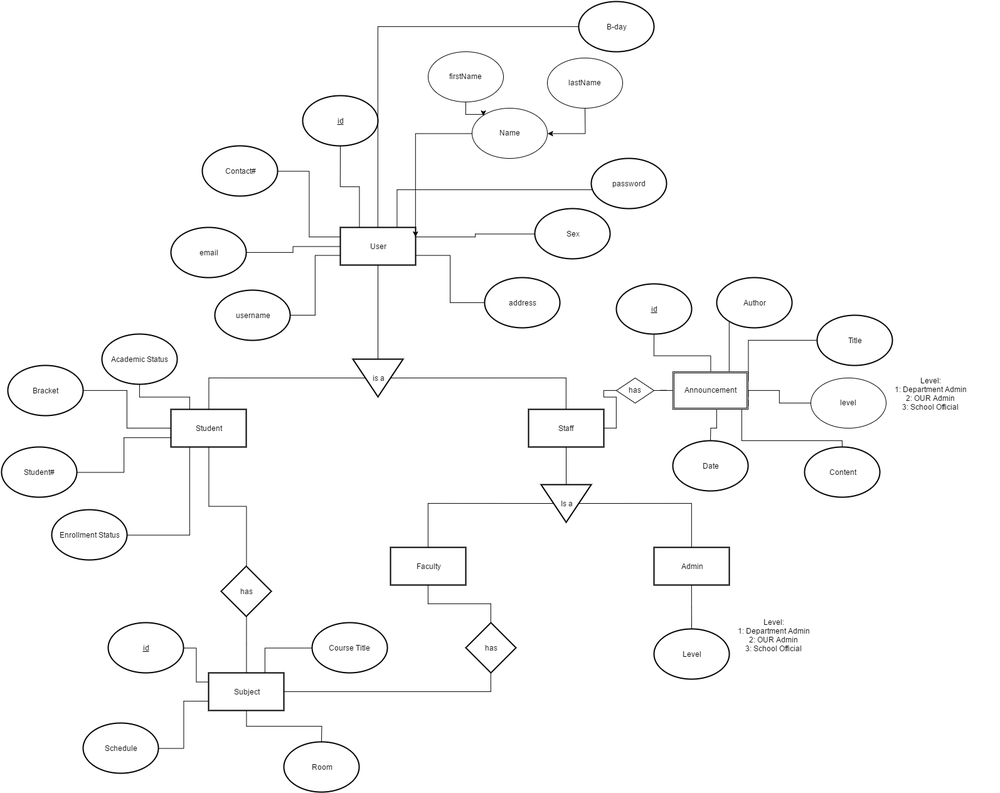
madreloidpx/CS173InterOpCRS keeps this draw.io diagram as Schema.png. Above is the earlier version. Source tidied: cells renumbered, new cells last; positions are measured from the earlier drawing's top-left corner, leaving out a move shared by most shapes.
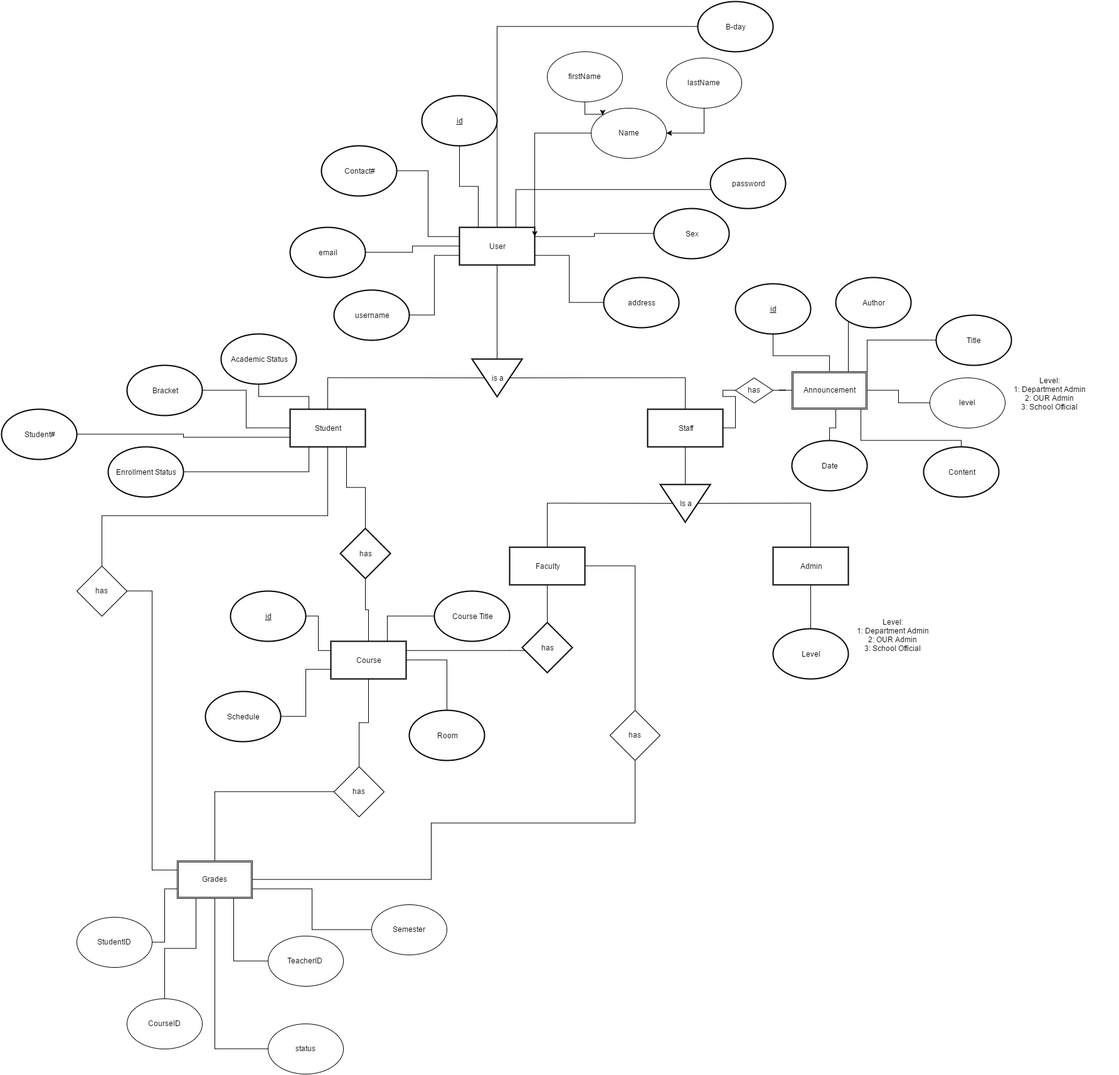
The same file after the commit.

What changed in the source:
```diff
@@ -63,15 +63,20 @@
     <mxCell id="20" style="edgeStyle=orthogonalEdgeStyle;rounded=0;html=1;endArrow=none;endFill=0;jettySize=auto;" parent="1" edge="1" source="2" target="19">
       <mxGeometry relative="1" as="geometry" />
     </mxCell>
+    <mxCell id="80" style="edgeStyle=orthogonalEdgeStyle;rounded=0;html=1;entryX=0.5;entryY=0;endArrow=none;endFill=0;jettySize=auto;" parent="1" edge="1" source="21" target="84">
+      <mxGeometry relative="1" as="geometry">
+        <Array as="points">
+          <mxPoint x="330" y="820" />
+          <mxPoint x="-30" y="820" />
+        </Array>
+      </mxGeometry>
+    </mxCell>
     <mxCell id="21" value="Student" style="whiteSpace=wrap;html=1;shadow=0;strokeWidth=2;fillColor=#ffffff;gradientColor=#ffffff;" parent="1" vertex="1">
       <mxGeometry x="270" y="650" width="120" height="60" as="geometry" />
     </mxCell>
     <mxCell id="22" style="edgeStyle=orthogonalEdgeStyle;rounded=0;html=1;endArrow=none;endFill=0;jettySize=auto;" parent="1" edge="1" source="19" target="21">
       <mxGeometry relative="1" as="geometry" />
     </mxCell>
-    <mxCell id="23" style="edgeStyle=orthogonalEdgeStyle;rounded=0;html=1;entryX=0;entryY=0.5;jettySize=auto;endArrow=none;endFill=0;" parent="1" edge="1" source="24" target="76">
-      <mxGeometry relative="1" as="geometry" />
-    </mxCell>
     <mxCell id="24" value="Staff" style="whiteSpace=wrap;html=1;shadow=0;strokeWidth=2;fillColor=#ffffff;gradientColor=#ffffff;" parent="1" vertex="1">
       <mxGeometry x="840" y="650" width="120" height="60" as="geometry" />
     </mxCell>
@@ -86,13 +91,13 @@
       <mxGeometry x="10" y="580" width="120" height="80" as="geometry" />
     </mxCell>
     <mxCell id="27" value="Student#" style="ellipse;whiteSpace=wrap;html=1;shadow=0;strokeWidth=2;fillColor=#ffffff;gradientColor=#ffffff;" parent="1" vertex="1">
-      <mxGeometry y="710" width="120" height="80" as="geometry" />
+      <mxGeometry x="-190" y="650" width="120" height="80" as="geometry" />
     </mxCell>
     <mxCell id="28" value="Academic Status" style="ellipse;whiteSpace=wrap;html=1;shadow=0;strokeWidth=2;fillColor=#ffffff;gradientColor=#ffffff;" parent="1" vertex="1">
       <mxGeometry x="160" y="530" width="120" height="80" as="geometry" />
     </mxCell>
     <mxCell id="29" value="Enrollment Status" style="ellipse;whiteSpace=wrap;html=1;shadow=0;strokeWidth=2;fillColor=#ffffff;gradientColor=#ffffff;" parent="1" vertex="1">
-      <mxGeometry x="80" y="810" width="120" height="80" as="geometry" />
+      <mxGeometry x="-20" y="710" width="120" height="80" as="geometry" />
     </mxCell>
     <mxCell id="30" style="edgeStyle=orthogonalEdgeStyle;rounded=0;html=1;entryX=0.25;entryY=0;endArrow=none;endFill=0;jettySize=auto;" parent="1" edge="1" source="28" target="21">
       <mxGeometry relative="1" as="geometry" />
@@ -107,16 +112,29 @@
       <mxGeometry relative="1" as="geometry" />
     </mxCell>
     <mxCell id="34" value="has" style="rhombus;whiteSpace=wrap;html=1;shadow=0;strokeWidth=2;fillColor=#ffffff;gradientColor=#ffffff;" parent="1" vertex="1">
-      <mxGeometry x="350" y="900" width="80" height="80" as="geometry" />
+      <mxGeometry x="350" y="840" width="80" height="80" as="geometry" />
     </mxCell>
-    <mxCell id="35" style="edgeStyle=orthogonalEdgeStyle;rounded=0;html=1;entryX=0.5;entryY=0;endArrow=none;endFill=0;jettySize=auto;" parent="1" edge="1" source="21" target="34">
-      <mxGeometry relative="1" as="geometry" />
+    <mxCell id="35" style="edgeStyle=orthogonalEdgeStyle;rounded=0;html=1;entryX=0.5;entryY=0;endArrow=none;endFill=0;jettySize=auto;exitX=0.75;exitY=1;" parent="1" edge="1" source="21" target="34">
+      <mxGeometry relative="1" as="geometry">
+        <Array as="points">
+          <mxPoint x="360" y="775" />
+          <mxPoint x="390" y="775" />
+        </Array>
+      </mxGeometry>
     </mxCell>
+    <mxCell id="81" style="edgeStyle=orthogonalEdgeStyle;rounded=0;html=1;entryX=0.5;entryY=0;endArrow=none;endFill=0;jettySize=auto;" parent="1" edge="1" source="36" target="88">
+      <mxGeometry relative="1" as="geometry" />
+    </mxCell>
-    <mxCell id="36" value="Subject" style="whiteSpace=wrap;html=1;shadow=0;strokeWidth=2;fillColor=#ffffff;gradientColor=#ffffff;" parent="1" vertex="1">
-      <mxGeometry x="330" y="1070" width="120" height="60" as="geometry" />
+    <mxCell id="36" value="Course" style="whiteSpace=wrap;html=1;shadow=0;strokeWidth=2;fillColor=#ffffff;gradientColor=#ffffff;" parent="1" vertex="1">
+      <mxGeometry x="335" y="1020" width="120" height="60" as="geometry" />
     </mxCell>
-    <mxCell id="37" style="edgeStyle=orthogonalEdgeStyle;rounded=0;html=1;entryX=0.5;entryY=0;endArrow=none;endFill=0;jettySize=auto;" parent="1" edge="1" source="34" target="36">
-      <mxGeometry relative="1" as="geometry" />
+    <mxCell id="37" style="edgeStyle=orthogonalEdgeStyle;rounded=0;html=1;entryX=0.5;entryY=0;endArrow=none;endFill=0;jettySize=auto;exitX=0.5;exitY=1;" parent="1" edge="1" source="34" target="36">
+      <mxGeometry relative="1" as="geometry">
+        <Array as="points">
+          <mxPoint x="390" y="970" />
+          <mxPoint x="395" y="970" />
+        </Array>
+      </mxGeometry>
     </mxCell>
     <mxCell id="38" value="Is a" style="triangle;whiteSpace=wrap;html=1;shadow=0;strokeWidth=2;fillColor=#ffffff;gradientColor=#ffffff;rotation=90;horizontal=0;" parent="1" vertex="1">
       <mxGeometry x="870" y="760" width="60" height="80" as="geometry" />
@@ -124,6 +142,9 @@
     <mxCell id="39" style="edgeStyle=orthogonalEdgeStyle;rounded=0;html=1;endArrow=none;endFill=0;jettySize=auto;" parent="1" edge="1" source="24" target="38">
       <mxGeometry relative="1" as="geometry" />
     </mxCell>
+    <mxCell id="82" style="edgeStyle=orthogonalEdgeStyle;rounded=0;html=1;entryX=0.5;entryY=0;endArrow=none;endFill=0;jettySize=auto;" parent="1" edge="1" source="40" target="86">
+      <mxGeometry relative="1" as="geometry" />
+    </mxCell>
     <mxCell id="40" value="Faculty" style="whiteSpace=wrap;html=1;shadow=0;strokeWidth=2;fillColor=#ffffff;gradientColor=#ffffff;" parent="1" vertex="1">
       <mxGeometry x="620" y="870" width="120" height="60" as="geometry" />
     </mxCell>
@@ -192,16 +213,16 @@
       </mxGeometry>
     </mxCell>
     <mxCell id="54" value="&lt;u&gt;id&lt;/u&gt;" style="ellipse;whiteSpace=wrap;html=1;shadow=0;strokeWidth=2;fillColor=#ffffff;gradientColor=#ffffff;" parent="1" vertex="1">
-      <mxGeometry x="170" y="990" width="120" height="80" as="geometry" />
+      <mxGeometry x="175" y="940" width="120" height="80" as="geometry" />
     </mxCell>
     <mxCell id="55" value="Schedule" style="ellipse;whiteSpace=wrap;html=1;shadow=0;strokeWidth=2;fillColor=#ffffff;gradientColor=#ffffff;" parent="1" vertex="1">
-      <mxGeometry x="130" y="1150" width="120" height="80" as="geometry" />
+      <mxGeometry x="135" y="1100" width="120" height="80" as="geometry" />
     </mxCell>
     <mxCell id="56" value="Course Title" style="ellipse;whiteSpace=wrap;html=1;shadow=0;strokeWidth=2;fillColor=#ffffff;gradientColor=#ffffff;" parent="1" vertex="1">
-      <mxGeometry x="495" y="990" width="120" height="80" as="geometry" />
+      <mxGeometry x="500" y="940" width="120" height="80" as="geometry" />
     </mxCell>
     <mxCell id="57" value="Room" style="ellipse;whiteSpace=wrap;html=1;shadow=0;strokeWidth=2;fillColor=#ffffff;gradientColor=#ffffff;" parent="1" vertex="1">
-      <mxGeometry x="450" y="1180" width="120" height="80" as="geometry" />
+      <mxGeometry x="460" y="1130" width="120" height="80" as="geometry" />
     </mxCell>
     <mxCell id="58" style="edgeStyle=orthogonalEdgeStyle;rounded=0;html=1;entryX=0;entryY=0.25;endArrow=none;endFill=0;jettySize=auto;" parent="1" edge="1" source="54" target="36">
       <mxGeometry relative="1" as="geometry" />
@@ -209,22 +230,27 @@
     <mxCell id="59" style="edgeStyle=orthogonalEdgeStyle;rounded=0;html=1;entryX=0;entryY=0.75;endArrow=none;endFill=0;jettySize=auto;" parent="1" edge="1" source="55" target="36">
       <mxGeometry relative="1" as="geometry" />
     </mxCell>
-    <mxCell id="60" style="edgeStyle=orthogonalEdgeStyle;rounded=0;html=1;endArrow=none;endFill=0;jettySize=auto;" parent="1" edge="1" source="57" target="36">
-      <mxGeometry relative="1" as="geometry" />
+    <mxCell id="60" style="edgeStyle=orthogonalEdgeStyle;rounded=0;html=1;endArrow=none;endFill=0;jettySize=auto;entryX=1;entryY=0.5;" parent="1" edge="1" source="57" target="36">
+      <mxGeometry relative="1" as="geometry">
+        <Array as="points">
+          <mxPoint x="520" y="1050" />
+        </Array>
+      </mxGeometry>
     </mxCell>
     <mxCell id="61" style="edgeStyle=orthogonalEdgeStyle;rounded=0;html=1;entryX=0.75;entryY=0;endArrow=none;endFill=0;jettySize=auto;" parent="1" edge="1" source="56" target="36">
       <mxGeometry relative="1" as="geometry" />
     </mxCell>
     <mxCell id="62" value="has" style="rhombus;whiteSpace=wrap;html=1;shadow=0;strokeWidth=2;fillColor=#ffffff;gradientColor=#ffffff;" parent="1" vertex="1">
-      <mxGeometry x="740" y="990" width="80" height="80" as="geometry" />
+      <mxGeometry x="640" y="990" width="80" height="80" as="geometry" />
     </mxCell>
     <mxCell id="63" style="edgeStyle=orthogonalEdgeStyle;rounded=0;html=1;entryX=0.5;entryY=0;endArrow=none;endFill=0;jettySize=auto;" parent="1" edge="1" source="40" target="62">
       <mxGeometry relative="1" as="geometry" />
     </mxCell>
-    <mxCell id="64" style="edgeStyle=orthogonalEdgeStyle;rounded=0;html=1;endArrow=none;endFill=0;jettySize=auto;" parent="1" edge="1" source="62" target="36">
+    <mxCell id="64" style="edgeStyle=orthogonalEdgeStyle;rounded=0;html=1;endArrow=none;endFill=0;jettySize=auto;entryX=1;entryY=0.25;" parent="1" edge="1" source="62" target="36">
       <mxGeometry relative="1" as="geometry">
         <Array as="points">
-          <mxPoint x="780" y="1100" />
+          <mxPoint x="620" y="1035" />
+          <mxPoint x="620" y="1035" />
         </Array>
       </mxGeometry>
     </mxCell>
@@ -237,6 +263,9 @@
     <mxCell id="67" value="Level:&lt;div&gt;1: Department Admin&lt;/div&gt;&lt;div&gt;2: OUR Admin&lt;/div&gt;&lt;div&gt;3: School Official&lt;/div&gt;" style="text;html=1;strokeColor=none;fillColor=none;align=center;verticalAlign=middle;whiteSpace=wrap;shadow=0;" parent="1" vertex="1">
       <mxGeometry x="1120" y="1000" width="220" height="20" as="geometry" />
     </mxCell>
+    <mxCell id="69" value="Name" style="ellipse;whiteSpace=wrap;html=1;" parent="1" vertex="1">
+      <mxGeometry x="750" y="170" width="120" height="80" as="geometry" />
+    </mxCell>
     <mxCell id="68" style="edgeStyle=orthogonalEdgeStyle;rounded=0;html=1;entryX=1;entryY=0.25;jettySize=auto;" parent="1" edge="1" source="69" target="2">
       <mxGeometry relative="1" as="geometry">
         <Array as="points">
@@ -244,38 +273,95 @@
         </Array>
       </mxGeometry>
     </mxCell>
-    <mxCell id="69" value="Name" style="ellipse;whiteSpace=wrap;html=1;" parent="1" vertex="1">
-      <mxGeometry x="750" y="170" width="120" height="80" as="geometry" />
-    </mxCell>
+    <mxCell id="71" value="firstName" style="ellipse;whiteSpace=wrap;html=1;" parent="1" vertex="1">
+      <mxGeometry x="680" y="80" width="120" height="80" as="geometry" />
+    </mxCell>
     <mxCell id="70" style="edgeStyle=orthogonalEdgeStyle;rounded=0;html=1;entryX=0;entryY=0;jettySize=auto;" parent="1" edge="1" source="71" target="69">
       <mxGeometry relative="1" as="geometry" />
     </mxCell>
-    <mxCell id="71" value="firstName" style="ellipse;whiteSpace=wrap;html=1;" parent="1" vertex="1">
-      <mxGeometry x="680" y="80" width="120" height="80" as="geometry" />
-    </mxCell>
+    <mxCell id="73" value="lastName" style="ellipse;whiteSpace=wrap;html=1;" parent="1" vertex="1">
+      <mxGeometry x="870" y="90" width="120" height="80" as="geometry" />
+    </mxCell>
     <mxCell id="72" style="edgeStyle=orthogonalEdgeStyle;rounded=0;html=1;entryX=1;entryY=0.5;jettySize=auto;" parent="1" edge="1" source="73" target="69">
       <mxGeometry relative="1" as="geometry" />
     </mxCell>
-    <mxCell id="73" value="lastName" style="ellipse;whiteSpace=wrap;html=1;" parent="1" vertex="1">
-      <mxGeometry x="870" y="90" width="120" height="80" as="geometry" />
-    </mxCell>
     <mxCell id="74" value="Announcement" style="shape=ext;double=1;whiteSpace=wrap;html=1;direction=west;" parent="1" vertex="1">
       <mxGeometry x="1070" y="590" width="120" height="60" as="geometry" />
     </mxCell>
+    <mxCell id="76" value="has" style="rhombus;whiteSpace=wrap;html=1;" parent="1" vertex="1">
+      <mxGeometry x="980" y="600" width="60" height="40" as="geometry" />
+    </mxCell>
+    <mxCell id="23" style="edgeStyle=orthogonalEdgeStyle;rounded=0;html=1;entryX=0;entryY=0.5;jettySize=auto;endArrow=none;endFill=0;" parent="1" edge="1" source="24" target="76">
+      <mxGeometry relative="1" as="geometry" />
+    </mxCell>
     <mxCell id="75" style="edgeStyle=orthogonalEdgeStyle;rounded=0;html=1;jettySize=auto;endArrow=none;endFill=0;" parent="1" edge="1" source="76" target="74">
       <mxGeometry relative="1" as="geometry" />
     </mxCell>
-    <mxCell id="76" value="has" style="rhombus;whiteSpace=wrap;html=1;" parent="1" vertex="1">
-      <mxGeometry x="980" y="600" width="60" height="40" as="geometry" />
-    </mxCell>
+    <mxCell id="78" value="level" style="ellipse;whiteSpace=wrap;html=1;" parent="1" vertex="1">
+      <mxGeometry x="1290" y="600" width="120" height="80" as="geometry" />
+    </mxCell>
     <mxCell id="77" style="edgeStyle=orthogonalEdgeStyle;rounded=0;html=1;endArrow=none;endFill=0;jettySize=auto;" parent="1" edge="1" source="78" target="74">
       <mxGeometry relative="1" as="geometry" />
     </mxCell>
-    <mxCell id="78" value="level" style="ellipse;whiteSpace=wrap;html=1;" parent="1" vertex="1">
-      <mxGeometry x="1290" y="600" width="120" height="80" as="geometry" />
-    </mxCell>
     <mxCell id="79" value="Level:&lt;div&gt;1: Department Admin&lt;/div&gt;&lt;div&gt;2: OUR Admin&lt;/div&gt;&lt;div&gt;3: School Official&lt;/div&gt;" style="text;html=1;strokeColor=none;fillColor=none;align=center;verticalAlign=middle;whiteSpace=wrap;shadow=0;" parent="1" vertex="1">
       <mxGeometry x="1370" y="610" width="220" height="30" as="geometry" />
     </mxCell>
+    <mxCell id="83" style="edgeStyle=orthogonalEdgeStyle;rounded=0;html=1;entryX=0;entryY=0.25;endArrow=none;endFill=0;jettySize=auto;" parent="1" edge="1" source="84" target="89">
+      <mxGeometry relative="1" as="geometry" />
+    </mxCell>
+    <mxCell id="84" value="has" style="rhombus;whiteSpace=wrap;html=1;" parent="1" vertex="1">
+      <mxGeometry x="-70" y="900" width="80" height="80" as="geometry" />
+    </mxCell>
+    <mxCell id="85" style="edgeStyle=orthogonalEdgeStyle;rounded=0;html=1;entryX=1;entryY=0.5;endArrow=none;endFill=0;jettySize=auto;" parent="1" edge="1" source="86" target="89">
+      <mxGeometry relative="1" as="geometry">
+        <Array as="points">
+          <mxPoint x="820" y="1310" />
+          <mxPoint x="495" y="1310" />
+          <mxPoint x="495" y="1400" />
+        </Array>
+      </mxGeometry>
+    </mxCell>
+    <mxCell id="86" value="has" style="rhombus;whiteSpace=wrap;html=1;" parent="1" vertex="1">
+      <mxGeometry x="780" y="1130" width="80" height="80" as="geometry" />
+    </mxCell>
+    <mxCell id="87" style="edgeStyle=orthogonalEdgeStyle;rounded=0;html=1;entryX=0.5;entryY=0;endArrow=none;endFill=0;jettySize=auto;" parent="1" edge="1" source="88" target="89">
+      <mxGeometry relative="1" as="geometry" />
+    </mxCell>
+    <mxCell id="88" value="has" style="rhombus;whiteSpace=wrap;html=1;" parent="1" vertex="1">
+      <mxGeometry x="340" y="1220" width="80" height="80" as="geometry" />
+    </mxCell>
+    <mxCell id="89" value="Grades" style="shape=ext;double=1;whiteSpace=wrap;html=1;" parent="1" vertex="1">
+      <mxGeometry x="90" y="1370" width="120" height="60" as="geometry" />
+    </mxCell>
+    <mxCell id="90" style="edgeStyle=orthogonalEdgeStyle;rounded=0;html=1;entryX=0;entryY=0.75;endArrow=none;endFill=0;jettySize=auto;" parent="1" edge="1" source="91" target="89">
+      <mxGeometry relative="1" as="geometry" />
+    </mxCell>
+    <mxCell id="91" value="StudentID" style="ellipse;whiteSpace=wrap;html=1;" parent="1" vertex="1">
+      <mxGeometry x="-70" y="1460" width="120" height="80" as="geometry" />
+    </mxCell>
+    <mxCell id="92" style="edgeStyle=orthogonalEdgeStyle;rounded=0;html=1;entryX=0.25;entryY=1;endArrow=none;endFill=0;jettySize=auto;" parent="1" edge="1" source="93" target="89">
+      <mxGeometry relative="1" as="geometry" />
+    </mxCell>
+    <mxCell id="93" value="CourseID" style="ellipse;whiteSpace=wrap;html=1;" parent="1" vertex="1">
+      <mxGeometry x="10" y="1590" width="120" height="80" as="geometry" />
+    </mxCell>
+    <mxCell id="94" style="edgeStyle=orthogonalEdgeStyle;rounded=0;html=1;entryX=0.75;entryY=1;endArrow=none;endFill=0;jettySize=auto;" parent="1" edge="1" source="95" target="89">
+      <mxGeometry relative="1" as="geometry" />
+    </mxCell>
+    <mxCell id="95" value="TeacherID" style="ellipse;whiteSpace=wrap;html=1;" parent="1" vertex="1">
+      <mxGeometry x="234.7" y="1490" width="120" height="80" as="geometry" />
+    </mxCell>
+    <mxCell id="96" style="edgeStyle=orthogonalEdgeStyle;rounded=0;html=1;entryX=1;entryY=0.75;endArrow=none;endFill=0;jettySize=auto;" parent="1" edge="1" source="97" target="89">
+      <mxGeometry relative="1" as="geometry" />
+    </mxCell>
+    <mxCell id="97" value="Semester" style="ellipse;whiteSpace=wrap;html=1;" parent="1" vertex="1">
+      <mxGeometry x="400" y="1440" width="120" height="80" as="geometry" />
+    </mxCell>
+    <mxCell id="98" style="edgeStyle=orthogonalEdgeStyle;rounded=0;html=1;entryX=0.5;entryY=1;endArrow=none;endFill=0;jettySize=auto;" parent="1" edge="1" source="99" target="89">
+      <mxGeometry relative="1" as="geometry" />
+    </mxCell>
+    <mxCell id="99" value="status" style="ellipse;whiteSpace=wrap;html=1;" parent="1" vertex="1">
+      <mxGeometry x="235" y="1630" width="120" height="80" as="geometry" />
+    </mxCell>
   </root>
 </mxGraphModel>
```
